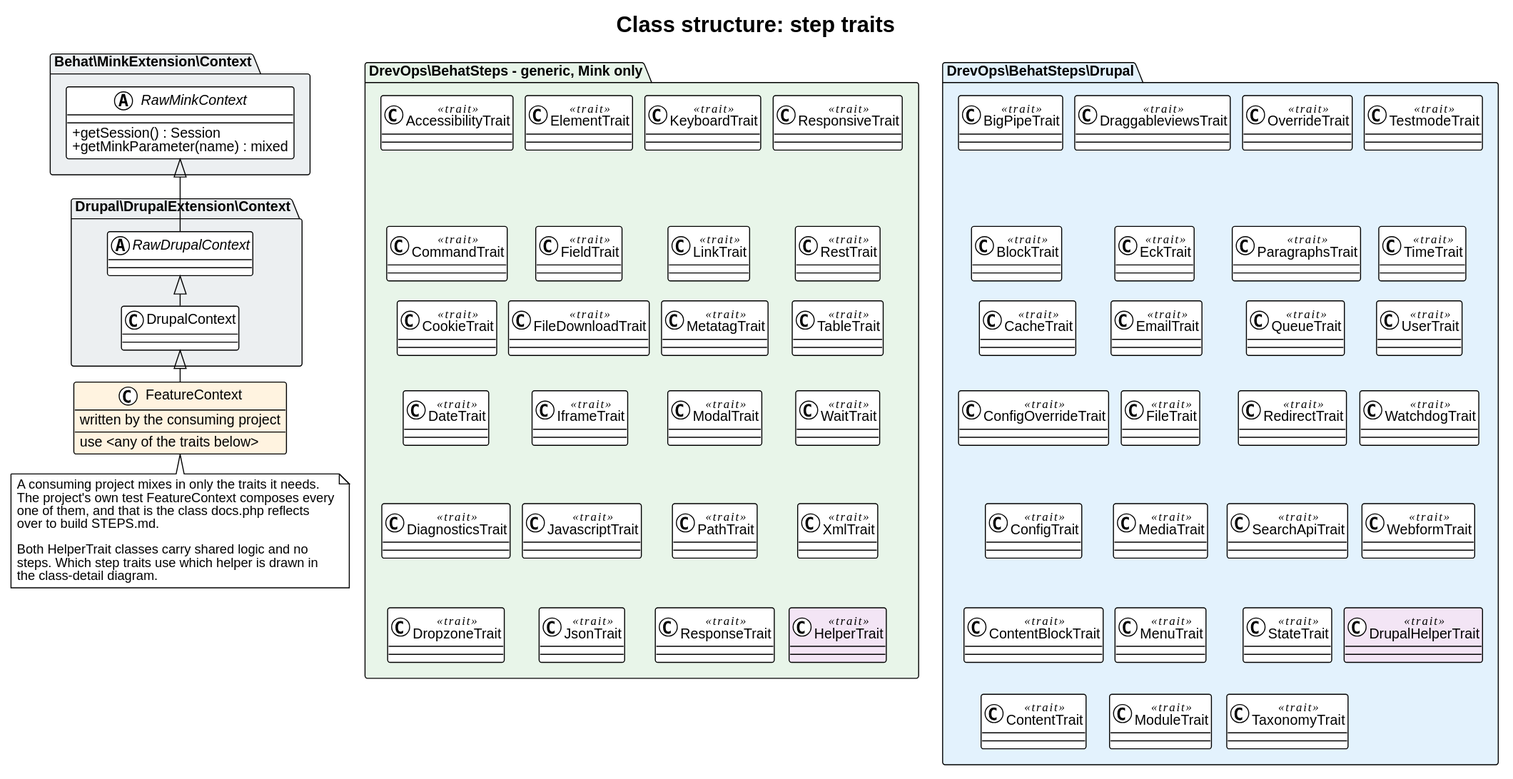
The PlantUML diagram docs/architecture/class-traits.svg in drevops/behat-steps, before a commit.
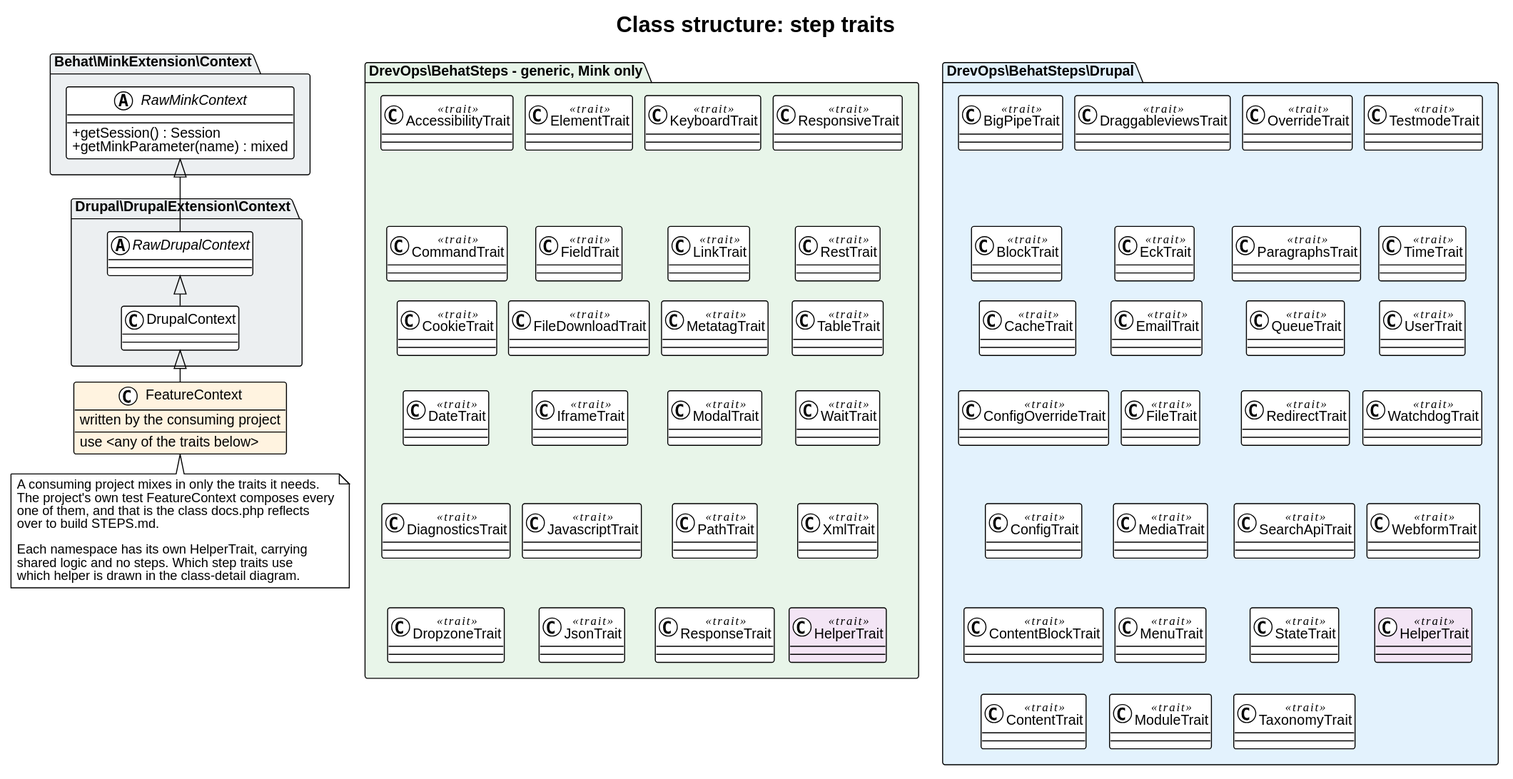
The same file after the commit.

Commit message:
Addressed code review: corrected the Java prerequisite, the PNG render path, the helper trait name and the docs.php exit branches.

Diff of the diagram source:
```diff
@@ -86,7 +86,7 @@
 }
 
 package "DrevOps\\BehatSteps\\Drupal" #E3F2FD {
-  class DrupalHelperTrait <<trait>> #F3E5F5
+  class "HelperTrait" as DrupalHelperTrait <<trait>> #F3E5F5
 
   class BigPipeTrait <<trait>>
   class BlockTrait <<trait>>
@@ -152,8 +152,8 @@
   one of them, and that is the class docs.php reflects
   over to build STEPS.md.
 
-  Both HelperTrait classes carry shared logic and no
-  steps. Which step traits use which helper is drawn in
-  the class-detail diagram.
+  Each namespace has its own HelperTrait, carrying
+  shared logic and no steps. Which step traits use
+  which helper is drawn in the class-detail diagram.
 end note
 @enduml
```
